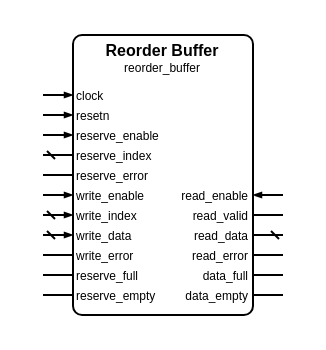
The draw.io diagram sources/data/access_enable/reorder_buffer/reorder_buffer.symbol.drawio in Louis-DR/OmniCores-BuildingBlocks, before the edit. Source tidied: cells renumbered, new cells numbered last; positions are measured from the earlier drawing's top-left corner, leaving out a move shared by most shapes. Both pictures are drawn from the tidied source at 200%, with x=0, y=0 at pixel (42, 34).
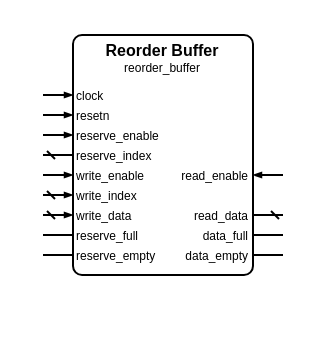
The same diagram, later.

Commit message (it also covers changes not shown here):
[Change] Remove the error and valid ports from the access-enable out-of-order and reorder buffers

Change to the diagram source:
```diff
@@
     <mxCell id="2" style="group;" parent="1" vertex="1">
-      <mxGeometry width="120" height="140" as="geometry" />
+      <mxGeometry width="120" height="120" as="geometry" />
     </mxCell>
     <mxCell id="3" style="rounded=1;arcSize=5;fillColor=none;strokeWidth=1;strokeColor=black;whiteSpace=wrap;html=1;" parent="2" vertex="1">
-      <mxGeometry x="15" width="90" height="140" as="geometry" />
+      <mxGeometry x="15" width="90" height="120" as="geometry" />
     </mxCell>
@@
-    <mxCell id="14" value="reserve_error" style="text;html=1;align=left;verticalAlign=middle;whiteSpace=wrap;rounded=0;fontSize=6;fontStyle=0;fontColor=black;" parent="2" vertex="1">
-      <mxGeometry x="15" y="70" width="90" as="geometry" />
-    </mxCell>
-    <mxCell id="15" style="html=1;rounded=1;strokeWidth=1;strokeColor=black;startFill=0;startSize=2;startArrow=none;endFill=1;endSize=2;endArrow=none;sourcePerimeterSpacing=0;" parent="2" edge="1">
-      <mxGeometry relative="1" as="geometry">
-        <mxPoint y="70" as="sourcePoint" />
-        <mxPoint x="15" y="70" as="targetPoint" />
-      </mxGeometry>
-    </mxCell>
     <mxCell id="16" value="write_enable" style="text;html=1;align=left;verticalAlign=middle;whiteSpace=wrap;rounded=0;fontSize=6;fontStyle=0;fontColor=black;" parent="2" vertex="1">
-      <mxGeometry x="15" y="80" width="90" as="geometry" />
+      <mxGeometry x="15" y="70" width="90" as="geometry" />
     </mxCell>
     <mxCell id="17" style="html=1;rounded=1;strokeWidth=1;strokeColor=black;startFill=0;startSize=2;startArrow=none;endFill=1;endSize=2;endArrow=blockThin;sourcePerimeterSpacing=0;" parent="2" edge="1">
       <mxGeometry relative="1" as="geometry">
-        <mxPoint y="80" as="sourcePoint" />
-        <mxPoint x="15" y="80" as="targetPoint" />
+        <mxPoint y="70" as="sourcePoint" />
+        <mxPoint x="15" y="70" as="targetPoint" />
       </mxGeometry>
     </mxCell>
     <mxCell id="18" value="read_enable" style="text;html=1;align=right;verticalAlign=middle;whiteSpace=wrap;rounded=0;fontSize=6;fontStyle=0;fontColor=black;" parent="2" vertex="1">
-      <mxGeometry x="15" y="80" width="90" as="geometry" />
+      <mxGeometry x="15" y="70" width="90" as="geometry" />
     </mxCell>
     <mxCell id="19" style="html=1;rounded=1;strokeWidth=1;strokeColor=black;startFill=0;startSize=2;startArrow=none;endFill=1;endSize=2;endArrow=blockThin;sourcePerimeterSpacing=0;" parent="2" edge="1">
       <mxGeometry relative="1" as="geometry">
-        <mxPoint x="120" y="80" as="sourcePoint" />
-        <mxPoint x="105" y="80" as="targetPoint" />
+        <mxPoint x="120" y="70" as="sourcePoint" />
+        <mxPoint x="105" y="70" as="targetPoint" />
       </mxGeometry>
     </mxCell>
     <mxCell id="20" value="write_index" style="text;html=1;align=left;verticalAlign=middle;whiteSpace=wrap;rounded=0;fontSize=6;fontStyle=0;fontColor=black;" parent="2" vertex="1">
-      <mxGeometry x="15" y="90" width="90" as="geometry" />
+      <mxGeometry x="15" y="80" width="90" as="geometry" />
     </mxCell>
     <mxCell id="21" style="html=1;rounded=1;strokeWidth=1;strokeColor=black;startFill=0;startSize=2;startArrow=dash;endFill=1;endSize=2;endArrow=blockThin;sourcePerimeterSpacing=0;" parent="2" edge="1">
       <mxGeometry relative="1" as="geometry">
-        <mxPoint y="90" as="sourcePoint" />
-        <mxPoint x="15" y="90" as="targetPoint" />
+        <mxPoint y="80" as="sourcePoint" />
+        <mxPoint x="15" y="80" as="targetPoint" />
       </mxGeometry>
     </mxCell>
-    <mxCell id="22" value="read_valid" style="text;html=1;align=right;verticalAlign=middle;whiteSpace=wrap;rounded=0;fontSize=6;fontStyle=0;fontColor=black;" parent="2" vertex="1">
-      <mxGeometry x="15" y="90" width="90" as="geometry" />
-    </mxCell>
-    <mxCell id="23" style="html=1;rounded=1;strokeWidth=1;strokeColor=black;startFill=0;startSize=2;startArrow=none;endFill=1;endSize=2;endArrow=none;sourcePerimeterSpacing=0;" parent="2" edge="1">
-      <mxGeometry relative="1" as="geometry">
-        <mxPoint x="120" y="90" as="sourcePoint" />
-        <mxPoint x="105" y="90" as="targetPoint" />
-      </mxGeometry>
-    </mxCell>
     <mxCell id="24" value="write_data" style="text;html=1;align=left;verticalAlign=middle;whiteSpace=wrap;rounded=0;fontSize=6;fontStyle=0;fontColor=black;" parent="2" vertex="1">
-      <mxGeometry x="15" y="100" width="90" as="geometry" />
+      <mxGeometry x="15" y="90" width="90" as="geometry" />
     </mxCell>
     <mxCell id="25" style="html=1;rounded=1;strokeWidth=1;strokeColor=black;startFill=0;startSize=2;startArrow=dash;endFill=1;endSize=2;endArrow=blockThin;sourcePerimeterSpacing=0;" parent="2" edge="1">
       <mxGeometry relative="1" as="geometry">
-        <mxPoint y="100" as="sourcePoint" />
-        <mxPoint x="15" y="100" as="targetPoint" />
+        <mxPoint y="90" as="sourcePoint" />
+        <mxPoint x="15" y="90" as="targetPoint" />
       </mxGeometry>
     </mxCell>
     <mxCell id="26" value="read_data" style="text;html=1;align=right;verticalAlign=middle;whiteSpace=wrap;rounded=0;fontSize=6;fontStyle=0;fontColor=black;" parent="2" vertex="1">
-      <mxGeometry x="15" y="100" width="90" as="geometry" />
+      <mxGeometry x="15" y="90" width="90" as="geometry" />
     </mxCell>
     <mxCell id="27" style="html=1;rounded=1;strokeWidth=1;strokeColor=black;startFill=0;startSize=2;startArrow=dash;endFill=1;endSize=2;endArrow=none;sourcePerimeterSpacing=0;" parent="2" edge="1">
       <mxGeometry relative="1" as="geometry">
-        <mxPoint x="120" y="100" as="sourcePoint" />
-        <mxPoint x="105" y="100" as="targetPoint" />
+        <mxPoint x="120" y="90" as="sourcePoint" />
+        <mxPoint x="105" y="90" as="targetPoint" />
       </mxGeometry>
     </mxCell>
-    <mxCell id="28" value="write_error" style="text;html=1;align=left;verticalAlign=middle;whiteSpace=wrap;rounded=0;fontSize=6;fontStyle=0;fontColor=black;" parent="2" vertex="1">
-      <mxGeometry x="15" y="110" width="90" as="geometry" />
-    </mxCell>
-    <mxCell id="29" style="html=1;rounded=1;strokeWidth=1;strokeColor=black;startFill=0;startSize=2;startArrow=none;endFill=1;endSize=2;endArrow=none;sourcePerimeterSpacing=0;" parent="2" edge="1">
-      <mxGeometry relative="1" as="geometry">
-        <mxPoint y="110" as="sourcePoint" />
-        <mxPoint x="15" y="110" as="targetPoint" />
-      </mxGeometry>
-    </mxCell>
-    <mxCell id="30" value="read_error" style="text;html=1;align=right;verticalAlign=middle;whiteSpace=wrap;rounded=0;fontSize=6;fontStyle=0;fontColor=black;" parent="2" vertex="1">
-      <mxGeometry x="15" y="110" width="90" as="geometry" />
-    </mxCell>
-    <mxCell id="31" style="html=1;rounded=1;strokeWidth=1;strokeColor=black;startFill=0;startSize=2;startArrow=none;endFill=1;endSize=2;endArrow=none;sourcePerimeterSpacing=0;" parent="2" edge="1">
-      <mxGeometry relative="1" as="geometry">
-        <mxPoint x="120" y="110" as="sourcePoint" />
-        <mxPoint x="105" y="110" as="targetPoint" />
-      </mxGeometry>
-    </mxCell>
     <mxCell id="32" value="reserve_full" style="text;html=1;align=left;verticalAlign=middle;whiteSpace=wrap;rounded=0;fontSize=6;fontStyle=0;fontColor=black;" parent="2" vertex="1">
-      <mxGeometry x="15" y="120" width="90" as="geometry" />
+      <mxGeometry x="15" y="100" width="90" as="geometry" />
     </mxCell>
     <mxCell id="33" style="html=1;rounded=1;strokeWidth=1;strokeColor=black;startFill=0;startSize=2;startArrow=none;endFill=1;endSize=2;endArrow=none;sourcePerimeterSpacing=0;" parent="2" edge="1">
       <mxGeometry relative="1" as="geometry">
-        <mxPoint y="120" as="sourcePoint" />
-        <mxPoint x="15" y="120" as="targetPoint" />
+        <mxPoint y="100" as="sourcePoint" />
+        <mxPoint x="15" y="100" as="targetPoint" />
       </mxGeometry>
     </mxCell>
     <mxCell id="34" value="data_full" style="text;html=1;align=right;verticalAlign=middle;whiteSpace=wrap;rounded=0;fontSize=6;fontStyle=0;fontColor=black;" parent="2" vertex="1">
-      <mxGeometry x="15" y="120" width="90" as="geometry" />
+      <mxGeometry x="15" y="100" width="90" as="geometry" />
     </mxCell>
     <mxCell id="35" style="html=1;rounded=1;strokeWidth=1;strokeColor=black;startFill=0;startSize=2;startArrow=none;endFill=1;endSize=2;endArrow=none;sourcePerimeterSpacing=0;" parent="2" edge="1">
       <mxGeometry relative="1" as="geometry">
-        <mxPoint x="120" y="120" as="sourcePoint" />
-        <mxPoint x="105" y="120" as="targetPoint" />
+        <mxPoint x="120" y="100" as="sourcePoint" />
+        <mxPoint x="105" y="100" as="targetPoint" />
       </mxGeometry>
     </mxCell>
     <mxCell id="36" value="reserve_empty" style="text;html=1;align=left;verticalAlign=middle;whiteSpace=wrap;rounded=0;fontSize=6;fontStyle=0;fontColor=black;" parent="2" vertex="1">
-      <mxGeometry x="15" y="130" width="90" as="geometry" />
+      <mxGeometry x="15" y="110" width="90" as="geometry" />
     </mxCell>
     <mxCell id="37" style="html=1;rounded=1;strokeWidth=1;strokeColor=black;startFill=0;startSize=2;startArrow=none;endFill=1;endSize=2;endArrow=none;sourcePerimeterSpacing=0;" parent="2" edge="1">
       <mxGeometry relative="1" as="geometry">
-        <mxPoint y="130" as="sourcePoint" />
-        <mxPoint x="15" y="130" as="targetPoint" />
+        <mxPoint y="110" as="sourcePoint" />
+        <mxPoint x="15" y="110" as="targetPoint" />
       </mxGeometry>
     </mxCell>
     <mxCell id="38" value="data_empty" style="text;html=1;align=right;verticalAlign=middle;whiteSpace=wrap;rounded=0;fontSize=6;fontStyle=0;fontColor=black;" parent="2" vertex="1">
-      <mxGeometry x="15" y="130" width="90" as="geometry" />
+      <mxGeometry x="15" y="110" width="90" as="geometry" />
     </mxCell>
     <mxCell id="39" style="html=1;rounded=1;strokeWidth=1;strokeColor=black;startFill=0;startSize=2;startArrow=none;endFill=1;endSize=2;endArrow=none;sourcePerimeterSpacing=0;" parent="2" edge="1">
       <mxGeometry relative="1" as="geometry">
-        <mxPoint x="120" y="130" as="sourcePoint" />
-        <mxPoint x="105" y="130" as="targetPoint" />
+        <mxPoint x="120" y="110" as="sourcePoint" />
+        <mxPoint x="105" y="110" as="targetPoint" />
       </mxGeometry>
     </mxCell>
```
